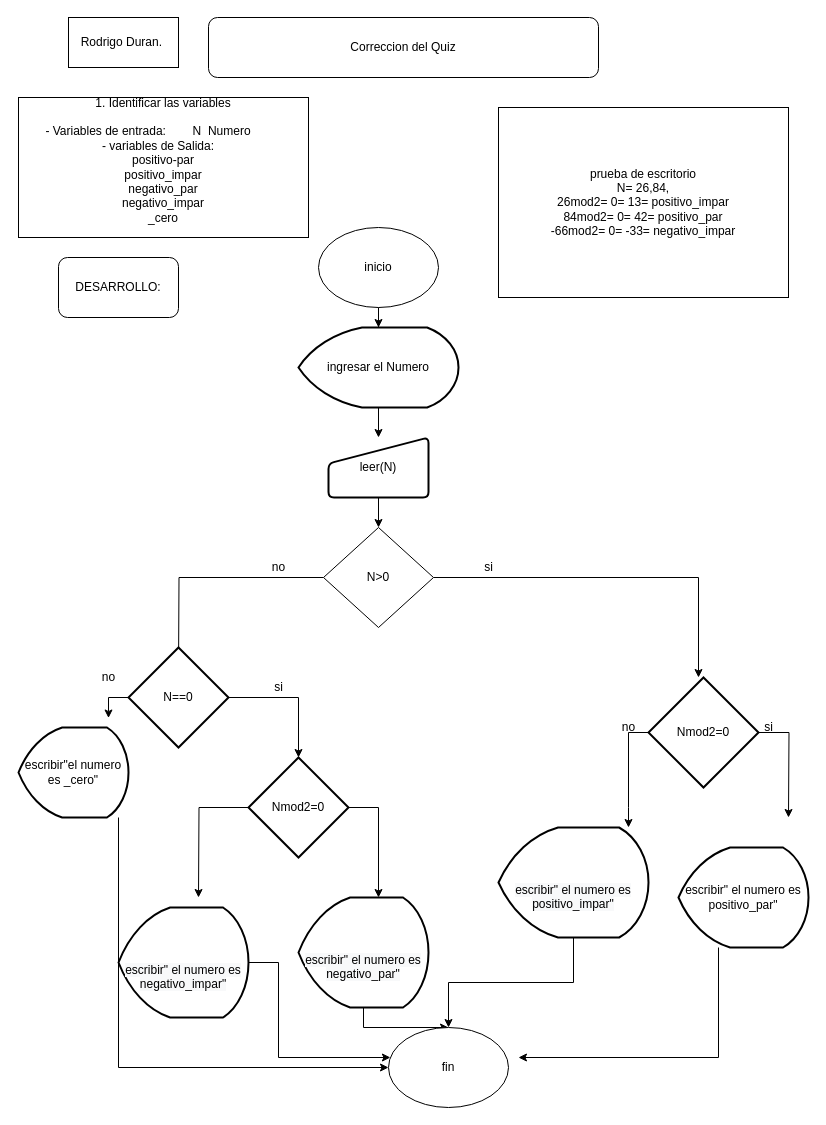
Above: page "Page-1" (1 of 5) of Untitled Diagram.drawio in 12RodrigoDuran/Formula (draw.io), before the change. Source tidied: cells renumbered, new cells numbered last; positions are measured from the earlier drawing's top-left corner, leaving out a move shared by most shapes. Both pictures are drawn from the tidied source at 100%, with x=0, y=0 at pixel (18, 17).
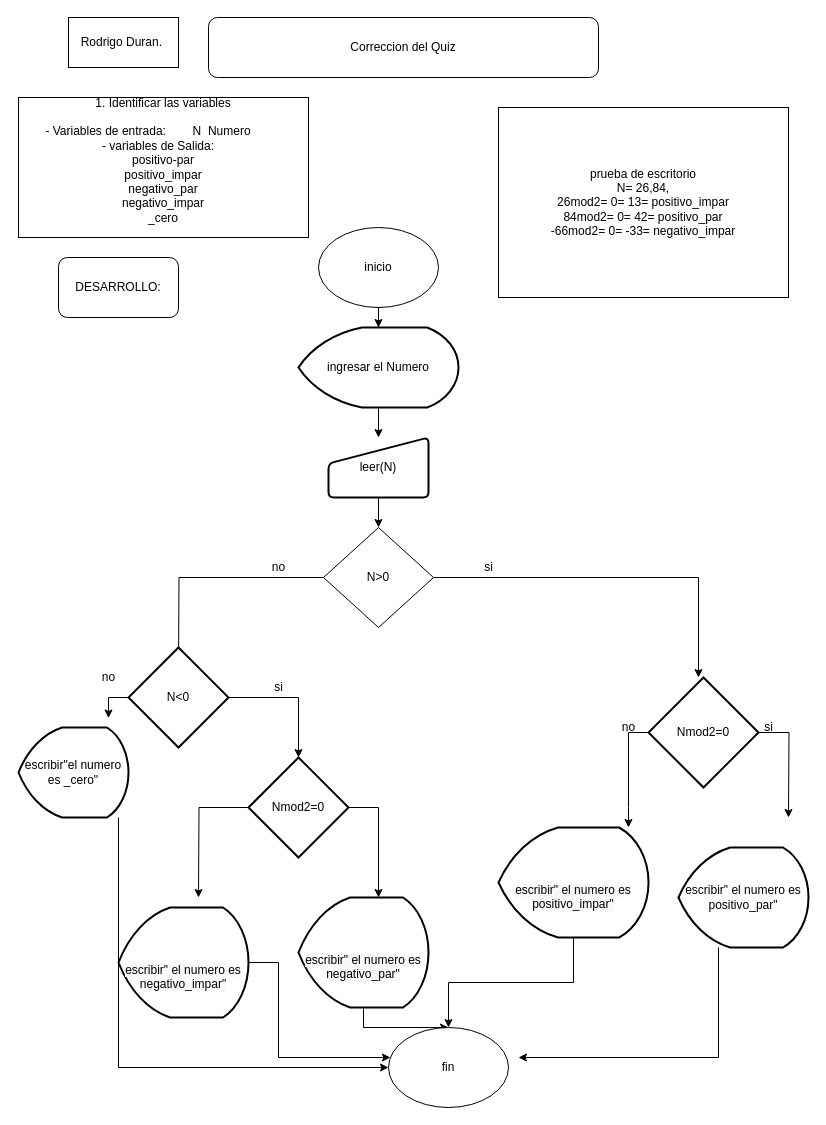
Above is the later version.

The edit, as a diff of the source:
```diff
@@
-    <mxCell id="19" value="N==0" style="strokeWidth=2;html=1;shape=mxgraph.flowchart.decision;whiteSpace=wrap;fontStyle=0;" parent="1" vertex="1">
+    <mxCell id="19" value="N&amp;lt;0" style="strokeWidth=2;html=1;shape=mxgraph.flowchart.decision;whiteSpace=wrap;fontStyle=0;" parent="1" vertex="1">
       <mxGeometry x="110" y="630" width="100" height="100" as="geometry" />
     </mxCell>
```
